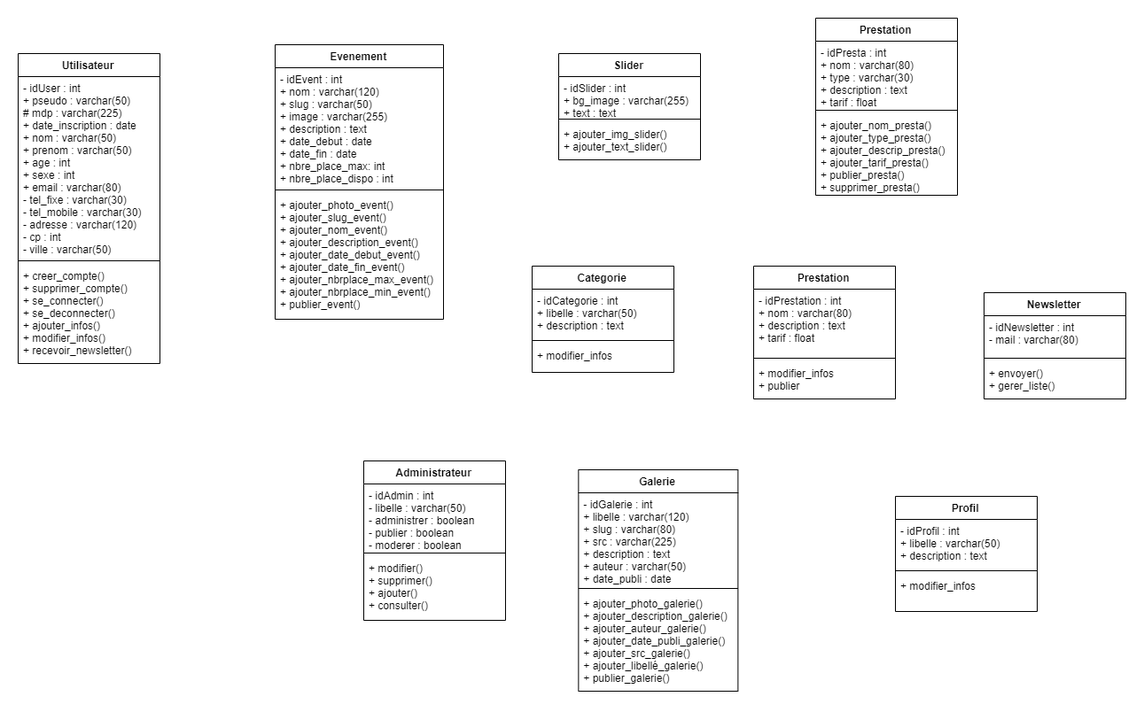
Before: 1_Analyse/4_UML/Classe/NOUVEAU.png, a diagram exported from draw.io (OlivierR68/beaute-naturelle.fr). Source tidied: cells renumbered, new cells last; positions are measured from the earlier drawing's top-left corner, leaving out a move shared by most shapes.
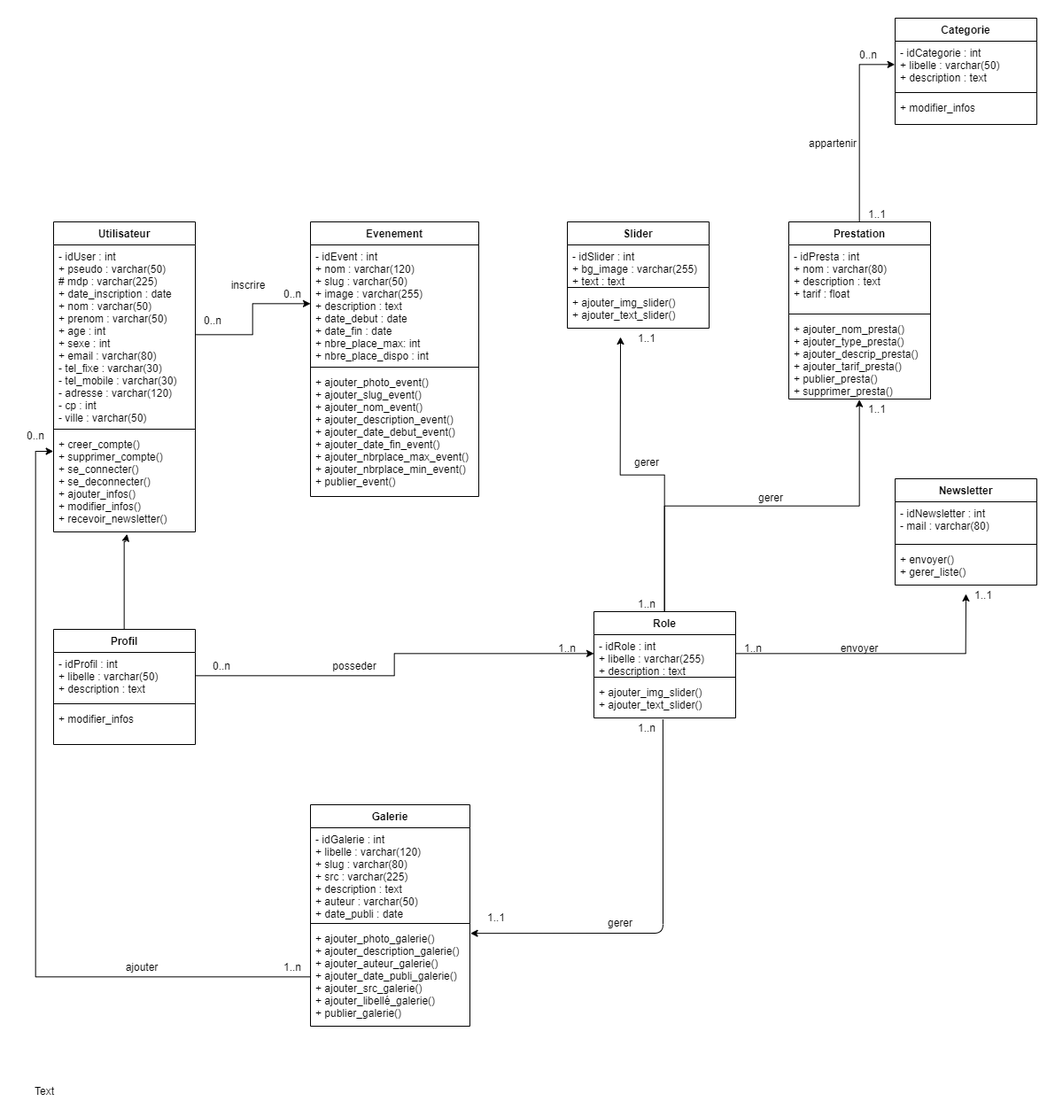
The same file after the commit.

Commit message:
UML - Classe - MAJ

What changed in the source:
```diff
@@ -3,7 +3,7 @@
     <mxCell id="0" />
     <mxCell id="1" parent="0" />
     <mxCell id="2" value="Utilisateur" style="swimlane;fontStyle=1;align=center;verticalAlign=top;horizontal=1;startSize=26;" parent="1" vertex="1">
-      <mxGeometry y="40" width="160" height="350" as="geometry" />
+      <mxGeometry y="30" width="160" height="350" as="geometry" />
     </mxCell>
     <mxCell id="3" value="- idUser : int&#10;+ pseudo : varchar(50)&#10;# mdp : varchar(225)&#10;+ date_inscription : date&#10;+ nom : varchar(50)&#10;+ prenom : varchar(50)&#10;+ age : int&#10;+ sexe : int&#10;+ email : varchar(80)&#10;- tel_fixe : varchar(30)&#10;- tel_mobile : varchar(30)&#10;- adresse : varchar(120)&#10;- cp : int&#10;- ville : varchar(50)" style="text;strokeColor=none;fillColor=none;align=left;verticalAlign=top;spacingLeft=4;spacingRight=4;overflow=hidden;points=[[0,0.5],[1,0.5]];portConstraint=eastwest;" parent="2" vertex="1">
       <mxGeometry y="26" width="160" height="204" as="geometry" />
@@ -14,18 +14,6 @@
     <mxCell id="5" value="+ creer_compte()&#10;+ supprimer_compte()&#10;+ se_connecter()&#10;+ se_deconnecter()&#10;+ ajouter_infos()&#10;+ modifier_infos()&#10;+ recevoir_newsletter()&#10;" style="text;strokeColor=none;fillColor=none;align=left;verticalAlign=top;spacingLeft=4;spacingRight=4;overflow=hidden;points=[[0,0.5],[1,0.5]];portConstraint=eastwest;" parent="2" vertex="1">
       <mxGeometry y="238" width="160" height="112" as="geometry" />
     </mxCell>
-    <mxCell id="6" value="Administrateur" style="swimlane;fontStyle=1;align=center;verticalAlign=top;horizontal=1;startSize=26;" parent="1" vertex="1">
-      <mxGeometry x="390" y="500" width="160" height="180" as="geometry" />
-    </mxCell>
-    <mxCell id="7" value="- idAdmin : int&#10;- libelle : varchar(50)&#10;- administrer : boolean&#10;- publier : boolean &#10;- moderer : boolean" style="text;strokeColor=none;fillColor=none;align=left;verticalAlign=top;spacingLeft=4;spacingRight=4;overflow=hidden;" parent="6" vertex="1">
-      <mxGeometry y="26" width="160" height="74" as="geometry" />
-    </mxCell>
-    <mxCell id="8" style="line;strokeWidth=1;fillColor=none;align=left;verticalAlign=middle;spacingTop=-1;spacingLeft=3;spacingRight=3;labelPosition=right;" parent="6" vertex="1">
-      <mxGeometry y="100" width="160" height="8" as="geometry" />
-    </mxCell>
-    <mxCell id="9" value="+ modifier()&#10;+ supprimer()&#10;+ ajouter()&#10;+ consulter()" style="text;strokeColor=none;fillColor=none;align=left;verticalAlign=top;spacingLeft=4;spacingRight=4;overflow=hidden;" parent="6" vertex="1">
-      <mxGeometry y="108" width="160" height="72" as="geometry" />
-    </mxCell>
     <mxCell id="10" value="Evenement" style="swimlane;fontStyle=1;align=center;verticalAlign=top;horizontal=1;startSize=26;" parent="1" vertex="1">
       <mxGeometry x="290" y="30" width="190" height="310" as="geometry" />
     </mxCell>
@@ -39,7 +27,7 @@
       <mxGeometry y="168" width="190" height="142" as="geometry" />
     </mxCell>
     <mxCell id="14" value="Galerie" style="swimlane;fontStyle=1;align=center;verticalAlign=top;horizontal=1;startSize=26;" parent="1" vertex="1">
-      <mxGeometry x="632.4" y="510" width="180" height="250" as="geometry" />
+      <mxGeometry x="290" y="688" width="180" height="250" as="geometry" />
     </mxCell>
     <mxCell id="15" value="- idGalerie : int&#10;+ libelle : varchar(120)&#10;+ slug : varchar(80)&#10;+ src : varchar(225)&#10;+ description : text&#10;+ auteur : varchar(50)&#10;+ date_publi : date" style="text;strokeColor=none;fillColor=none;align=left;verticalAlign=top;spacingLeft=4;spacingRight=4;overflow=hidden;" parent="14" vertex="1">
       <mxGeometry y="26" width="180" height="104" as="geometry" />
@@ -51,7 +39,7 @@
       <mxGeometry y="138" width="180" height="112" as="geometry" />
     </mxCell>
     <mxCell id="18" value="Newsletter" style="swimlane;fontStyle=1;align=center;verticalAlign=top;horizontal=1;startSize=26;" parent="1" vertex="1">
-      <mxGeometry x="1090" y="310" width="160" height="120" as="geometry" />
+      <mxGeometry x="950" y="320" width="160" height="120" as="geometry" />
     </mxCell>
     <mxCell id="19" value="- idNewsletter : int&#10;- mail : varchar(80)" style="text;strokeColor=none;fillColor=none;align=left;verticalAlign=top;spacingLeft=4;spacingRight=4;overflow=hidden;" parent="18" vertex="1">
       <mxGeometry y="26" width="160" height="44" as="geometry" />
@@ -62,10 +50,13 @@
     <mxCell id="21" value="+ envoyer()&#10;+ gerer_liste()" style="text;strokeColor=none;fillColor=none;align=left;verticalAlign=top;spacingLeft=4;spacingRight=4;overflow=hidden;" parent="18" vertex="1">
       <mxGeometry y="78" width="160" height="42" as="geometry" />
     </mxCell>
+    <mxCell id="42" style="edgeStyle=orthogonalEdgeStyle;rounded=0;jettySize=auto;html=1;entryX=0;entryY=0.5;entryDx=0;entryDy=0;" parent="1" edge="1" source="22" target="31">
+      <mxGeometry relative="1" as="geometry" />
+    </mxCell>
     <mxCell id="22" value="Prestation" style="swimlane;fontStyle=1;align=center;verticalAlign=top;horizontal=1;startSize=26;" parent="1" vertex="1">
-      <mxGeometry x="900" width="160" height="200" as="geometry" />
+      <mxGeometry x="830" y="30" width="160" height="200" as="geometry" />
     </mxCell>
-    <mxCell id="23" value="- idPresta : int &#10;+ nom : varchar(80)&#10;+ type : varchar(30)&#10;+ description : text&#10;+ tarif : float" style="text;strokeColor=none;fillColor=none;align=left;verticalAlign=top;spacingLeft=4;spacingRight=4;overflow=hidden;" parent="22" vertex="1">
+    <mxCell id="23" value="- idPresta : int &#10;+ nom : varchar(80)&#10;+ description : text&#10;+ tarif : float" style="text;strokeColor=none;fillColor=none;align=left;verticalAlign=top;spacingLeft=4;spacingRight=4;overflow=hidden;" parent="22" vertex="1">
       <mxGeometry y="26" width="160" height="74" as="geometry" />
     </mxCell>
     <mxCell id="24" style="line;strokeWidth=1;fillColor=none;align=left;verticalAlign=middle;spacingTop=-1;spacingLeft=3;spacingRight=3;labelPosition=right;" parent="22" vertex="1">
@@ -75,7 +66,7 @@
       <mxGeometry y="108" width="160" height="92" as="geometry" />
     </mxCell>
     <mxCell id="26" value="Slider" style="swimlane;fontStyle=1;align=center;verticalAlign=top;horizontal=1;startSize=26;" parent="1" vertex="1">
-      <mxGeometry x="610" y="40" width="160" height="120" as="geometry" />
+      <mxGeometry x="580" y="30" width="160" height="120" as="geometry" />
     </mxCell>
     <mxCell id="27" value="- idSlider : int&#10;+ bg_image : varchar(255)&#10;+ text : text" style="text;strokeColor=none;fillColor=none;align=left;verticalAlign=top;spacingLeft=4;spacingRight=4;overflow=hidden;" parent="26" vertex="1">
       <mxGeometry y="26" width="160" height="44" as="geometry" />
@@ -87,7 +78,7 @@
       <mxGeometry y="78" width="160" height="42" as="geometry" />
     </mxCell>
     <mxCell id="30" value="Categorie" style="swimlane;fontStyle=1;align=center;verticalAlign=top;horizontal=1;startSize=26;" parent="1" vertex="1">
-      <mxGeometry x="580" y="280" width="160" height="120" as="geometry" />
+      <mxGeometry x="950" y="-200" width="160" height="120" as="geometry" />
     </mxCell>
     <mxCell id="31" value="- idCategorie : int&#10;+ libelle : varchar(50)&#10;+ description : text " style="text;strokeColor=none;fillColor=none;align=left;verticalAlign=top;spacingLeft=4;spacingRight=4;overflow=hidden;points=[[0,0.5],[1,0.5]];portConstraint=eastwest;" parent="30" vertex="1">
       <mxGeometry y="26" width="160" height="54" as="geometry" />
@@ -98,20 +89,16 @@
     <mxCell id="33" value="+ modifier_infos" style="text;strokeColor=none;fillColor=none;align=left;verticalAlign=top;spacingLeft=4;spacingRight=4;overflow=hidden;" parent="30" vertex="1">
       <mxGeometry y="88" width="160" height="32" as="geometry" />
     </mxCell>
-    <mxCell id="34" value="Prestation" style="swimlane;fontStyle=1;align=center;verticalAlign=top;horizontal=1;startSize=26;" parent="1" vertex="1">
-      <mxGeometry x="830" y="280" width="160" height="150" as="geometry" />
-    </mxCell>
-    <mxCell id="35" value="- idPrestation : int&#10;+ nom : varchar(80)&#10;+ description : text&#10;+ tarif : float&#10;" style="text;strokeColor=none;fillColor=none;align=left;verticalAlign=top;spacingLeft=4;spacingRight=4;overflow=hidden;" parent="34" vertex="1">
-      <mxGeometry y="26" width="160" height="74" as="geometry" />
-    </mxCell>
-    <mxCell id="36" style="line;strokeWidth=1;fillColor=none;align=left;verticalAlign=middle;spacingTop=-1;spacingLeft=3;spacingRight=3;labelPosition=right;" parent="34" vertex="1">
-      <mxGeometry y="100" width="160" height="8" as="geometry" />
-    </mxCell>
-    <mxCell id="37" value="+ modifier_infos&#10;+ publier" style="text;strokeColor=none;fillColor=none;align=left;verticalAlign=top;spacingLeft=4;spacingRight=4;overflow=hidden;" parent="34" vertex="1">
-      <mxGeometry y="108" width="160" height="42" as="geometry" />
-    </mxCell>
+    <mxCell id="43" style="edgeStyle=orthogonalEdgeStyle;rounded=0;jettySize=auto;html=1;entryX=0.514;entryY=1.015;entryDx=0;entryDy=0;entryPerimeter=0;" parent="1" edge="1" source="38" target="5">
+      <mxGeometry relative="1" as="geometry">
+        <Array as="points">
+          <mxPoint x="80" y="390" />
+          <mxPoint x="82" y="390" />
+        </Array>
+      </mxGeometry>
+    </mxCell>
     <mxCell id="38" value="Profil" style="swimlane;fontStyle=1;align=center;verticalAlign=top;horizontal=1;startSize=26;" parent="1" vertex="1">
-      <mxGeometry x="990" y="540" width="160" height="130" as="geometry" />
+      <mxGeometry y="490" width="160" height="130" as="geometry" />
     </mxCell>
     <mxCell id="39" value="- idProfil : int&#10;+ libelle : varchar(50)&#10;+ description : text&#10;" style="text;strokeColor=none;fillColor=none;align=left;verticalAlign=top;spacingLeft=4;spacingRight=4;overflow=hidden;points=[[0,0.5],[1,0.5]];portConstraint=eastwest;" parent="38" vertex="1">
       <mxGeometry y="26" width="160" height="54" as="geometry" />
@@ -122,5 +109,118 @@
     <mxCell id="41" value="+ modifier_infos" style="text;strokeColor=none;fillColor=none;align=left;verticalAlign=top;spacingLeft=4;spacingRight=4;overflow=hidden;" parent="38" vertex="1">
       <mxGeometry y="88" width="160" height="42" as="geometry" />
     </mxCell>
+    <mxCell id="44" style="edgeStyle=orthogonalEdgeStyle;rounded=0;jettySize=auto;html=1;entryX=0.5;entryY=1;entryDx=0;entryDy=0;entryPerimeter=0;" parent="1" edge="1" source="46" target="25">
+      <mxGeometry relative="1" as="geometry" />
+    </mxCell>
+    <mxCell id="45" style="edgeStyle=orthogonalEdgeStyle;rounded=0;jettySize=auto;html=1;" parent="1" edge="1" source="46">
+      <mxGeometry relative="1" as="geometry">
+        <mxPoint x="640" y="160" as="targetPoint" />
+      </mxGeometry>
+    </mxCell>
+    <mxCell id="46" value="Role" style="swimlane;fontStyle=1;align=center;verticalAlign=top;horizontal=1;startSize=26;" parent="1" vertex="1">
+      <mxGeometry x="610" y="470" width="160" height="120" as="geometry" />
+    </mxCell>
+    <mxCell id="47" value="- idRole : int&#10;+ libelle : varchar(255)&#10;+ description : text" style="text;strokeColor=none;fillColor=none;align=left;verticalAlign=top;spacingLeft=4;spacingRight=4;overflow=hidden;points=[[0,0.5],[1,0.5]];portConstraint=eastwest;" parent="46" vertex="1">
+      <mxGeometry y="26" width="160" height="44" as="geometry" />
+    </mxCell>
+    <mxCell id="48" style="line;strokeWidth=1;fillColor=none;align=left;verticalAlign=middle;spacingTop=-1;spacingLeft=3;spacingRight=3;labelPosition=right;" parent="46" vertex="1">
+      <mxGeometry y="70" width="160" height="8" as="geometry" />
+    </mxCell>
+    <mxCell id="49" value="+ ajouter_img_slider()&#10;+ ajouter_text_slider()&#10;" style="text;strokeColor=none;fillColor=none;align=left;verticalAlign=top;spacingLeft=4;spacingRight=4;overflow=hidden;points=[[0,0.5],[1,0.5]];portConstraint=eastwest;" parent="46" vertex="1">
+      <mxGeometry y="78" width="160" height="42" as="geometry" />
+    </mxCell>
+    <mxCell id="50" style="edgeStyle=orthogonalEdgeStyle;rounded=0;jettySize=auto;html=1;entryX=0.001;entryY=0.188;entryDx=0;entryDy=0;entryPerimeter=0;" parent="1" edge="1" source="17" target="5">
+      <mxGeometry relative="1" as="geometry" />
+    </mxCell>
+    <mxCell id="51" style="edgeStyle=orthogonalEdgeStyle;rounded=0;jettySize=auto;html=1;" parent="1" edge="1" source="39" target="47">
+      <mxGeometry relative="1" as="geometry" />
+    </mxCell>
+    <mxCell id="52" style="edgeStyle=orthogonalEdgeStyle;rounded=0;jettySize=auto;html=1;" parent="1" edge="1" source="3" target="11">
+      <mxGeometry relative="1" as="geometry" />
+    </mxCell>
+    <mxCell id="53" style="edgeStyle=orthogonalEdgeStyle;rounded=0;jettySize=auto;html=1;" parent="1" edge="1" source="47">
+      <mxGeometry relative="1" as="geometry">
+        <mxPoint x="1030" y="450" as="targetPoint" />
+      </mxGeometry>
+    </mxCell>
+    <mxCell id="54" value="0..n" style="text;html=1;strokeColor=none;fillColor=none;align=center;verticalAlign=middle;whiteSpace=wrap;rounded=0;" parent="1" vertex="1">
+      <mxGeometry x="160" y="130" width="40" height="20" as="geometry" />
+    </mxCell>
+    <mxCell id="55" value="Text" style="text;html=1;strokeColor=none;fillColor=none;align=center;verticalAlign=middle;whiteSpace=wrap;rounded=0;" parent="1" vertex="1">
+      <mxGeometry x="-30" y="1000" width="40" height="20" as="geometry" />
+    </mxCell>
+    <mxCell id="56" value="0..n" style="text;html=1;strokeColor=none;fillColor=none;align=center;verticalAlign=middle;whiteSpace=wrap;rounded=0;" parent="1" vertex="1">
+      <mxGeometry x="250" y="100" width="40" height="20" as="geometry" />
+    </mxCell>
+    <mxCell id="57" value="inscrire" style="text;html=1;strokeColor=none;fillColor=none;align=center;verticalAlign=middle;whiteSpace=wrap;rounded=0;" parent="1" vertex="1">
+      <mxGeometry x="200" y="90" width="40" height="20" as="geometry" />
+    </mxCell>
+    <mxCell id="58" value="1..n" style="text;html=1;strokeColor=none;fillColor=none;align=center;verticalAlign=middle;whiteSpace=wrap;rounded=0;" parent="1" vertex="1">
+      <mxGeometry x="250" y="860" width="40" height="20" as="geometry" />
+    </mxCell>
+    <mxCell id="59" value="0..n" style="text;html=1;strokeColor=none;fillColor=none;align=center;verticalAlign=middle;whiteSpace=wrap;rounded=0;" parent="1" vertex="1">
+      <mxGeometry x="-40" y="260" width="40" height="20" as="geometry" />
+    </mxCell>
+    <mxCell id="60" value="ajouter" style="text;html=1;strokeColor=none;fillColor=none;align=center;verticalAlign=middle;whiteSpace=wrap;rounded=0;" parent="1" vertex="1">
+      <mxGeometry x="80" y="860" width="40" height="20" as="geometry" />
+    </mxCell>
+    <mxCell id="61" value="posseder" style="text;html=1;strokeColor=none;fillColor=none;align=center;verticalAlign=middle;whiteSpace=wrap;rounded=0;" parent="1" vertex="1">
+      <mxGeometry x="320" y="520" width="40" height="20" as="geometry" />
+    </mxCell>
+    <mxCell id="62" value="0..n" style="text;html=1;strokeColor=none;fillColor=none;align=center;verticalAlign=middle;whiteSpace=wrap;rounded=0;" parent="1" vertex="1">
+      <mxGeometry x="170" y="520" width="40" height="20" as="geometry" />
+    </mxCell>
+    <mxCell id="63" value="1..n" style="text;html=1;strokeColor=none;fillColor=none;align=center;verticalAlign=middle;whiteSpace=wrap;rounded=0;" parent="1" vertex="1">
+      <mxGeometry x="560" y="500" width="40" height="20" as="geometry" />
+    </mxCell>
+    <mxCell id="64" value="1..1" style="text;html=1;strokeColor=none;fillColor=none;align=center;verticalAlign=middle;whiteSpace=wrap;rounded=0;" parent="1" vertex="1">
+      <mxGeometry x="480" y="804.3" width="40" height="20" as="geometry" />
+    </mxCell>
+    <mxCell id="65" style="endArrow=classic;html=1;exitX=0.487;exitY=1.036;exitDx=0;exitDy=0;exitPerimeter=0;entryX=1.003;entryY=0.064;entryDx=0;entryDy=0;entryPerimeter=0;" parent="1" edge="1" source="49" target="17">
+      <mxGeometry relative="1" as="geometry">
+        <Array as="points">
+          <mxPoint x="688" y="833" />
+        </Array>
+      </mxGeometry>
+    </mxCell>
+    <mxCell id="66" value="1..n" style="text;html=1;strokeColor=none;fillColor=none;align=center;verticalAlign=middle;whiteSpace=wrap;rounded=0;" parent="1" vertex="1">
+      <mxGeometry x="650" y="590" width="40" height="20" as="geometry" />
+    </mxCell>
+    <mxCell id="67" value="1..n" style="text;html=1;strokeColor=none;fillColor=none;align=center;verticalAlign=middle;whiteSpace=wrap;rounded=0;" parent="1" vertex="1">
+      <mxGeometry x="650" y="450" width="40" height="20" as="geometry" />
+    </mxCell>
+    <mxCell id="68" value="1..n" style="text;html=1;strokeColor=none;fillColor=none;align=center;verticalAlign=middle;whiteSpace=wrap;rounded=0;" parent="1" vertex="1">
+      <mxGeometry x="770" y="500" width="40" height="20" as="geometry" />
+    </mxCell>
+    <mxCell id="69" value="gerer" style="text;html=1;strokeColor=none;fillColor=none;align=center;verticalAlign=middle;whiteSpace=wrap;rounded=0;" parent="1" vertex="1">
+      <mxGeometry x="620" y="810" width="40" height="20" as="geometry" />
+    </mxCell>
+    <mxCell id="70" value="envoyer" style="text;html=1;strokeColor=none;fillColor=none;align=center;verticalAlign=middle;whiteSpace=wrap;rounded=0;" parent="1" vertex="1">
+      <mxGeometry x="890" y="500" width="40" height="20" as="geometry" />
+    </mxCell>
+    <mxCell id="71" value="gerer" style="text;html=1;strokeColor=none;fillColor=none;align=center;verticalAlign=middle;whiteSpace=wrap;rounded=0;" parent="1" vertex="1">
+      <mxGeometry x="790" y="330" width="40" height="20" as="geometry" />
+    </mxCell>
+    <mxCell id="72" value="gerer" style="text;html=1;strokeColor=none;fillColor=none;align=center;verticalAlign=middle;whiteSpace=wrap;rounded=0;" parent="1" vertex="1">
+      <mxGeometry x="650" y="290" width="40" height="20" as="geometry" />
+    </mxCell>
+    <mxCell id="73" value="appartenir" style="text;html=1;strokeColor=none;fillColor=none;align=center;verticalAlign=middle;whiteSpace=wrap;rounded=0;" parent="1" vertex="1">
+      <mxGeometry x="860" y="-70" width="40" height="20" as="geometry" />
+    </mxCell>
+    <mxCell id="74" value="0..n" style="text;html=1;strokeColor=none;fillColor=none;align=center;verticalAlign=middle;whiteSpace=wrap;rounded=0;" parent="1" vertex="1">
+      <mxGeometry x="900" y="-170" width="40" height="20" as="geometry" />
+    </mxCell>
+    <mxCell id="75" value="1..1" style="text;html=1;strokeColor=none;fillColor=none;align=center;verticalAlign=middle;whiteSpace=wrap;rounded=0;" parent="1" vertex="1">
+      <mxGeometry x="910" y="10" width="40" height="20" as="geometry" />
+    </mxCell>
+    <mxCell id="76" value="1..1" style="text;html=1;strokeColor=none;fillColor=none;align=center;verticalAlign=middle;whiteSpace=wrap;rounded=0;" parent="1" vertex="1">
+      <mxGeometry x="910" y="230" width="40" height="20" as="geometry" />
+    </mxCell>
+    <mxCell id="77" value="1..1" style="text;html=1;strokeColor=none;fillColor=none;align=center;verticalAlign=middle;whiteSpace=wrap;rounded=0;" parent="1" vertex="1">
+      <mxGeometry x="650" y="150" width="40" height="20" as="geometry" />
+    </mxCell>
+    <mxCell id="78" value="1..1" style="text;html=1;strokeColor=none;fillColor=none;align=center;verticalAlign=middle;whiteSpace=wrap;rounded=0;" parent="1" vertex="1">
+      <mxGeometry x="1030" y="440" width="40" height="20" as="geometry" />
+    </mxCell>
   </root>
 </mxGraphModel>
```
